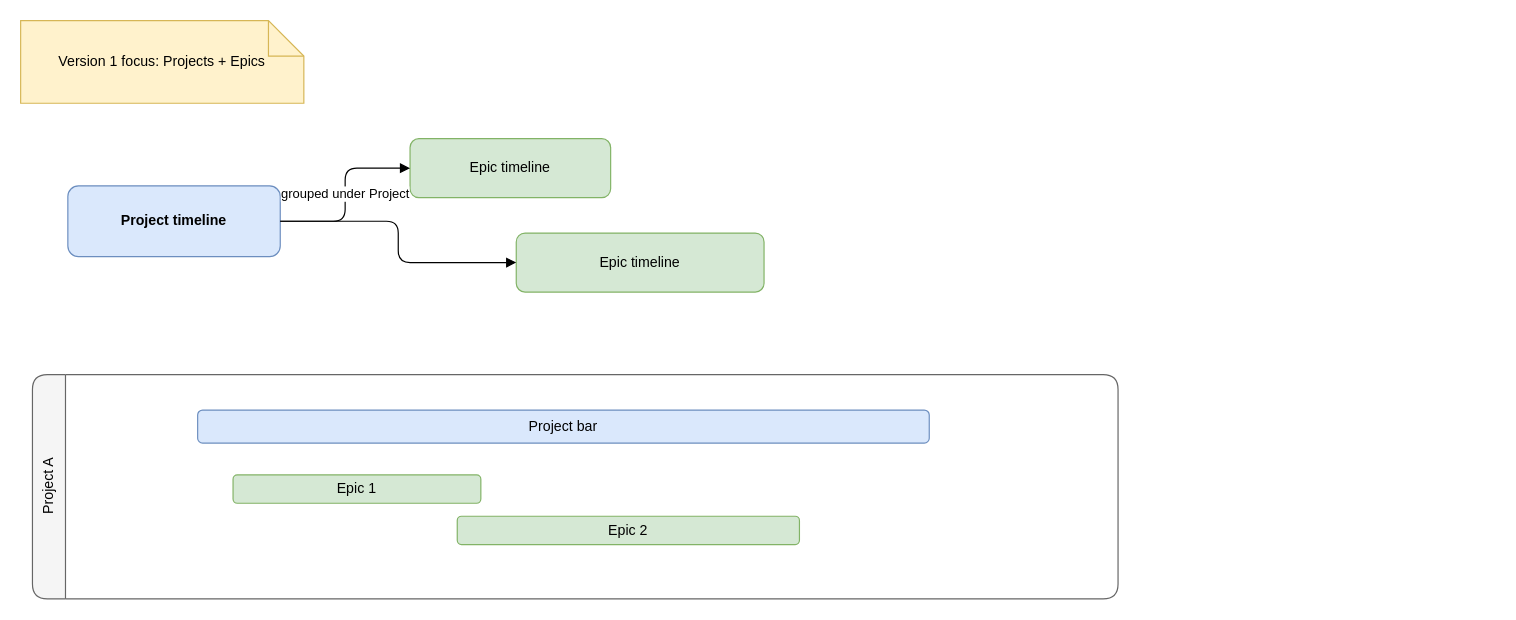
morbargig/Origami-Project-Management-App keeps this draw.io diagram as assets/diagrams/gantt-logic.drawio. Above is the earlier version. Source tidied: cells renumbered, new cells numbered last; positions are measured from the earlier drawing's top-left corner, leaving out a move shared by most shapes. Both pictures are drawn from the tidied source at 118%, with x=0, y=0 at pixel (20, 20).
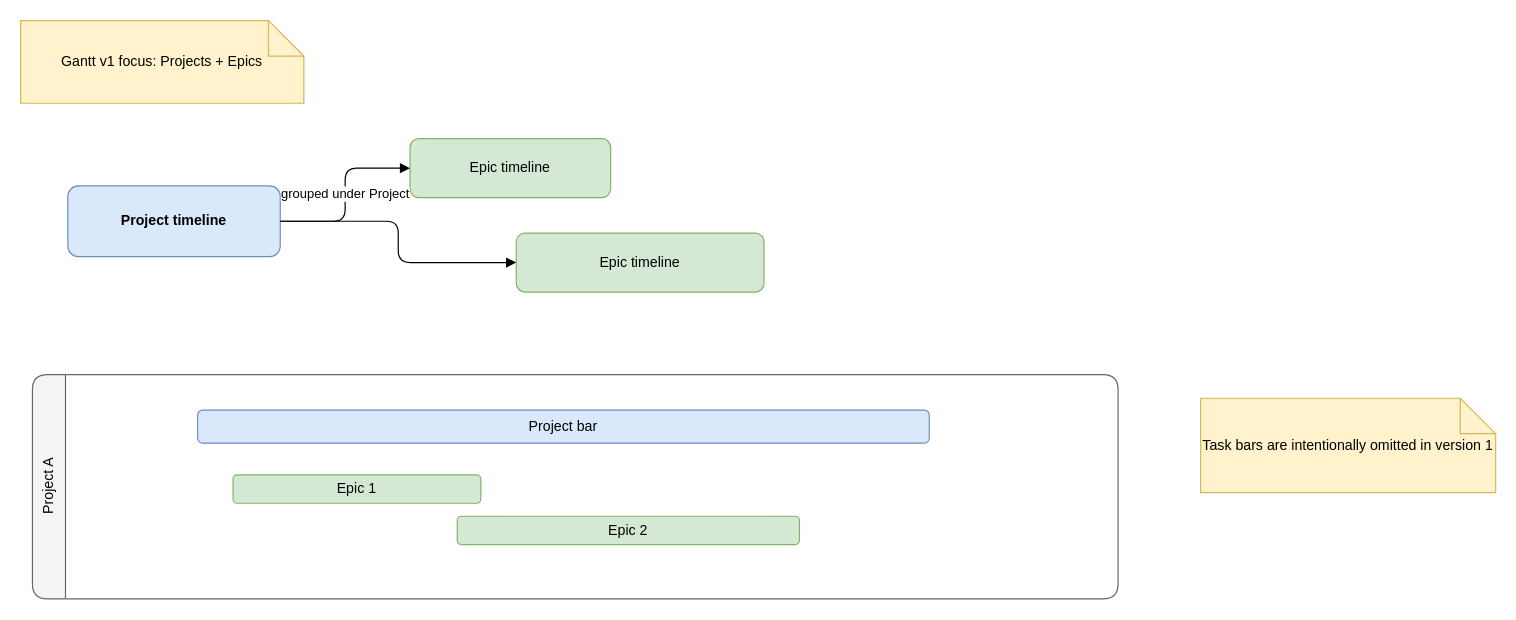
The same diagram, later.

Change to the diagram source:
```diff
@@
 <mxGraphModel>
   <root>
     <mxCell id="0" />
     <mxCell id="1" parent="0" />
-    <mxCell id="2" value="Version 1 focus: Projects + Epics" style="shape=note;whiteSpace=wrap;html=1;fillColor=#fff2cc;strokeColor=#d6b656;" parent="1" vertex="1">
+    <mxCell id="2" value="Gantt v1 focus: Projects + Epics" style="shape=note;whiteSpace=wrap;html=1;fillColor=#fff2cc;strokeColor=#d6b656;" parent="1" vertex="1">
       <mxGeometry width="240" height="70" as="geometry" />
     </mxCell>
     <mxCell id="3" value="Project timeline" style="rounded=1;whiteSpace=wrap;html=1;fillColor=#dae8fc;strokeColor=#6c8ebf;fontStyle=1;" parent="1" vertex="1">
       <mxGeometry x="40" y="140" width="180" height="60" as="geometry" />
     </mxCell>
     <mxCell id="4" value="Epic timeline" style="rounded=1;whiteSpace=wrap;html=1;fillColor=#d5e8d4;strokeColor=#82b366;" parent="1" vertex="1">
       <mxGeometry x="330" y="100" width="170" height="50" as="geometry" />
     </mxCell>
     <mxCell id="5" value="Epic timeline" style="rounded=1;whiteSpace=wrap;html=1;fillColor=#d5e8d4;strokeColor=#82b366;" parent="1" vertex="1">
       <mxGeometry x="420" y="180" width="210" height="50" as="geometry" />
     </mxCell>
     <mxCell id="6" value="Project A" style="shape=swimlane;html=1;startSize=28;rounded=1;horizontal=0;fillColor=#f5f5f5;strokeColor=#666666;" parent="1" vertex="1">
       <mxGeometry x="10" y="300" width="920" height="190" as="geometry" />
     </mxCell>
     <mxCell id="7" value="Project bar" style="rounded=1;whiteSpace=wrap;html=1;fillColor=#dae8fc;strokeColor=#6c8ebf;" parent="6" vertex="1">
       <mxGeometry x="140" y="30" width="620" height="28" as="geometry" />
     </mxCell>
     <mxCell id="8" value="Epic 1" style="rounded=1;whiteSpace=wrap;html=1;fillColor=#d5e8d4;strokeColor=#82b366;" parent="6" vertex="1">
       <mxGeometry x="170" y="85" width="210" height="24" as="geometry" />
     </mxCell>
     <mxCell id="9" value="Epic 2" style="rounded=1;whiteSpace=wrap;html=1;fillColor=#d5e8d4;strokeColor=#82b366;" parent="6" vertex="1">
       <mxGeometry x="360" y="120" width="290" height="24" as="geometry" />
     </mxCell>
+    <mxCell id="12" value="Task bars are intentionally omitted in version 1" style="shape=note;whiteSpace=wrap;html=1;fillColor=#fff2cc;strokeColor=#d6b656;fontSize=12;" parent="1" vertex="1">
+      <mxGeometry x="1000" y="320" width="250" height="80" as="geometry" />
+    </mxCell>
     <mxCell id="10" value="grouped under Project" style="edgeStyle=orthogonalEdgeStyle;html=1;endArrow=block;" parent="1" edge="1" source="3" target="4">
       <mxGeometry relative="1" as="geometry" />
     </mxCell>
     <mxCell id="11" style="edgeStyle=orthogonalEdgeStyle;html=1;endArrow=block;" parent="1" edge="1" source="3" target="5">
       <mxGeometry relative="1" as="geometry" />
     </mxCell>
   </root>
 </mxGraphModel>
```
